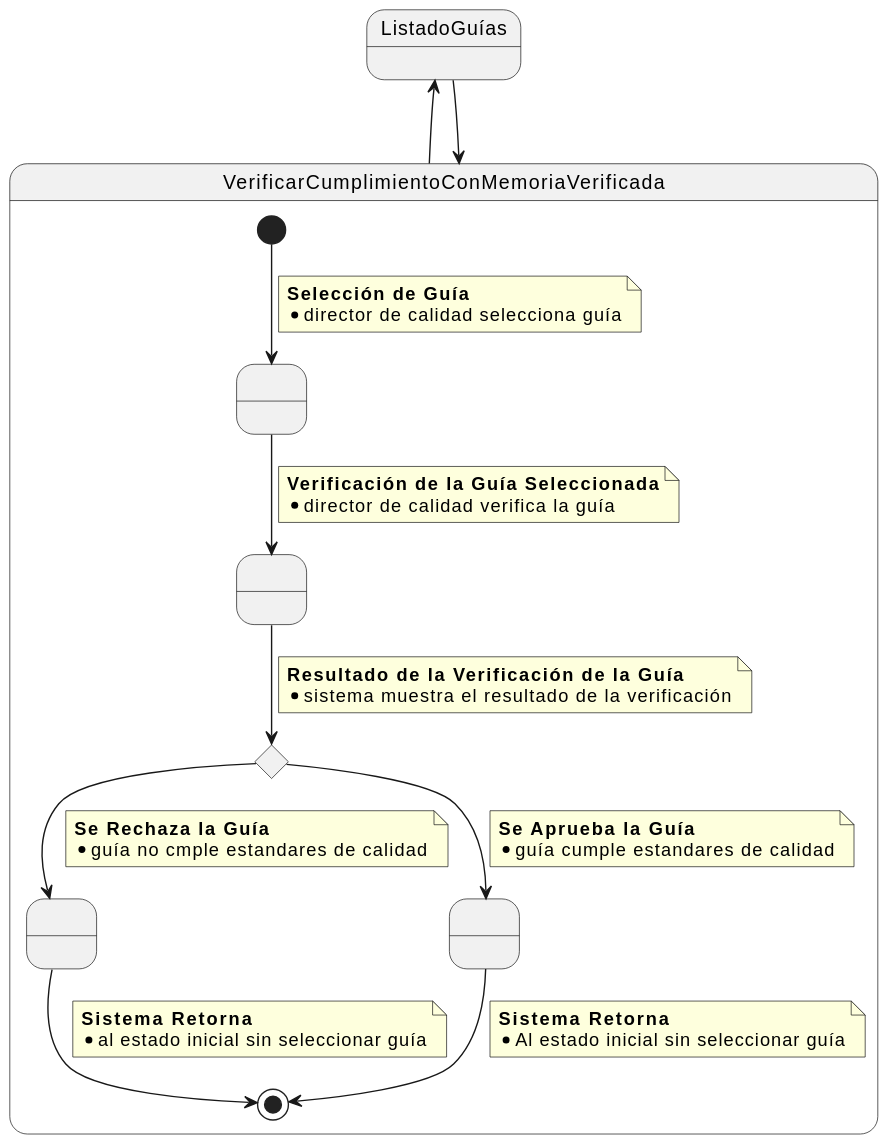
Before: images/modelosUML/VerificarGD.svg, a diagram exported from PlantUML (mmasias/24-25-IdSw1-SDR).
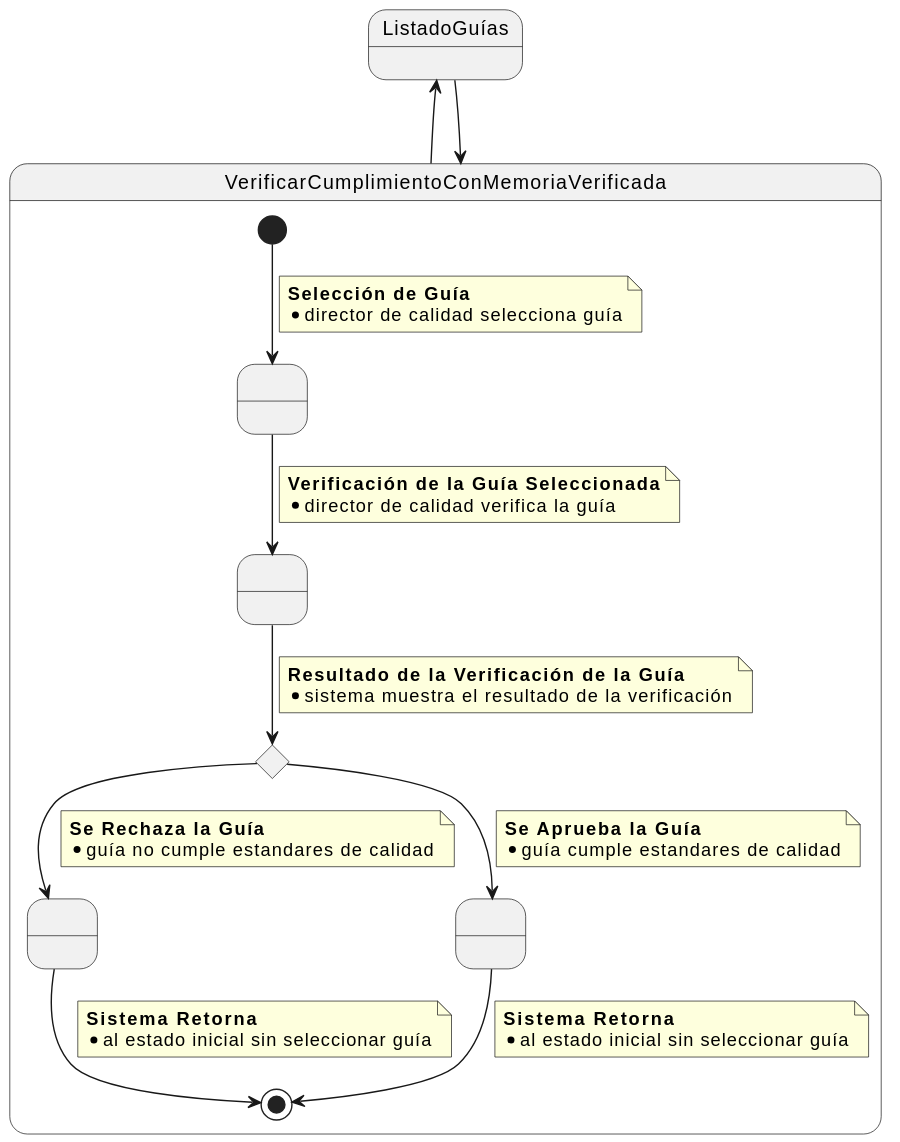
The same file after the commit.

What changed in the source:
```diff
@@ -30,7 +30,7 @@
     ResultadoVerificacion -->  GuiaNoCumpleRequisitos
     note on link
     <b>Se Rechaza la Guía</b>
-    * guía no cmple estandares de calidad
+    * guía no cumple estandares de calidad
     end note
 
      GuiaNoCumpleRequisitos --> [*]
@@ -48,7 +48,7 @@
     GuiaCumpleRequisitos --> [*]
     note on link
     <b>Sistema Retorna</b>
-    * Al estado inicial sin seleccionar guía
+    * al estado inicial sin seleccionar guía
     end note
 
 }
```
